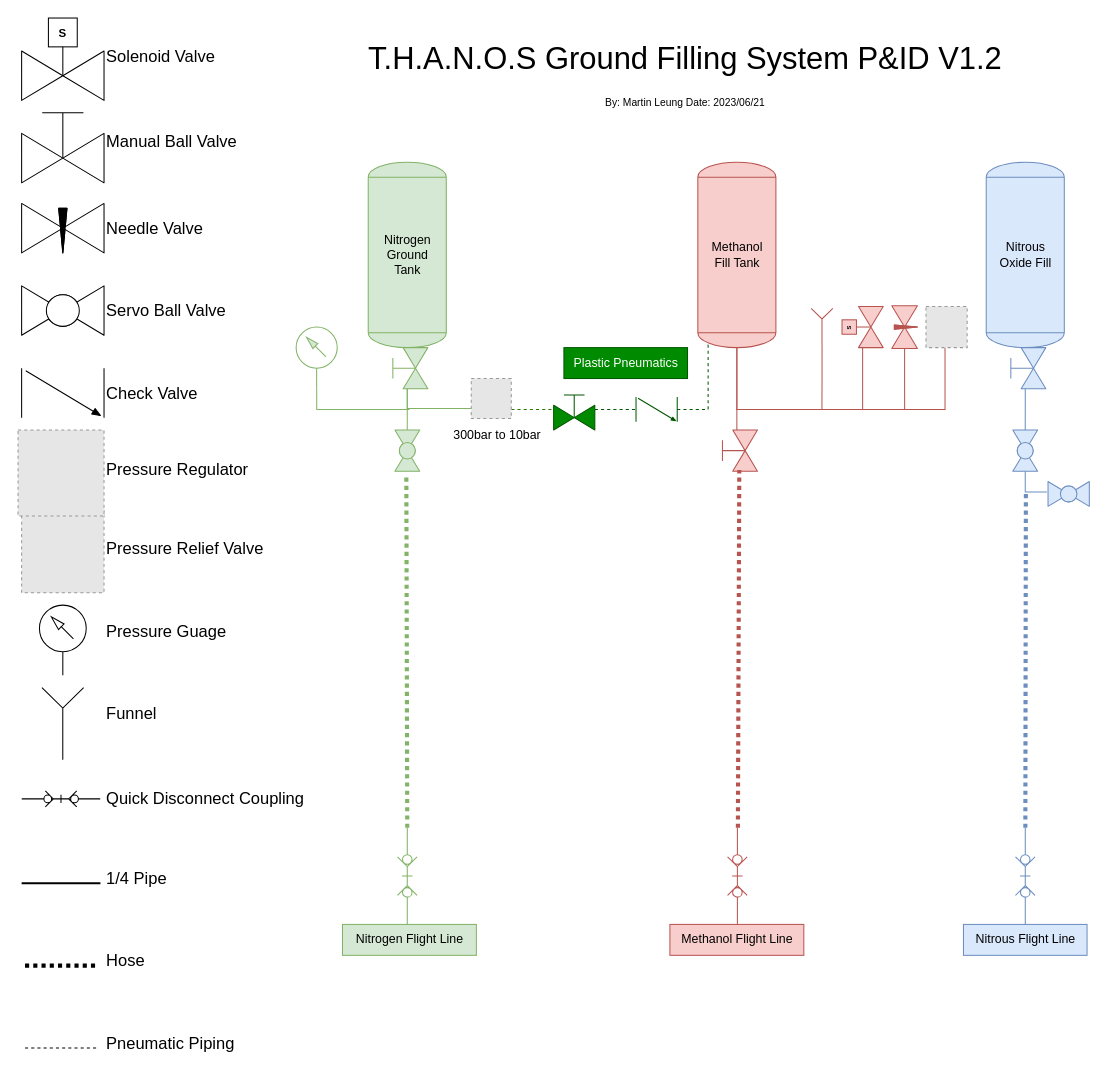
This is GroundSystems.drawio from icl-rocketry/Propulsion-PIDs, a draw.io file, before an edit. Source tidied: cells renumbered, new cells numbered last; positions are measured from the earlier drawing's top-left corner, leaving out a move shared by most shapes. Both pictures are drawn from the tidied source at 103%, with x=0, y=0 at pixel (18, 18). Pictures stored in the file or linked from it are replaced by grey dashed boxes.
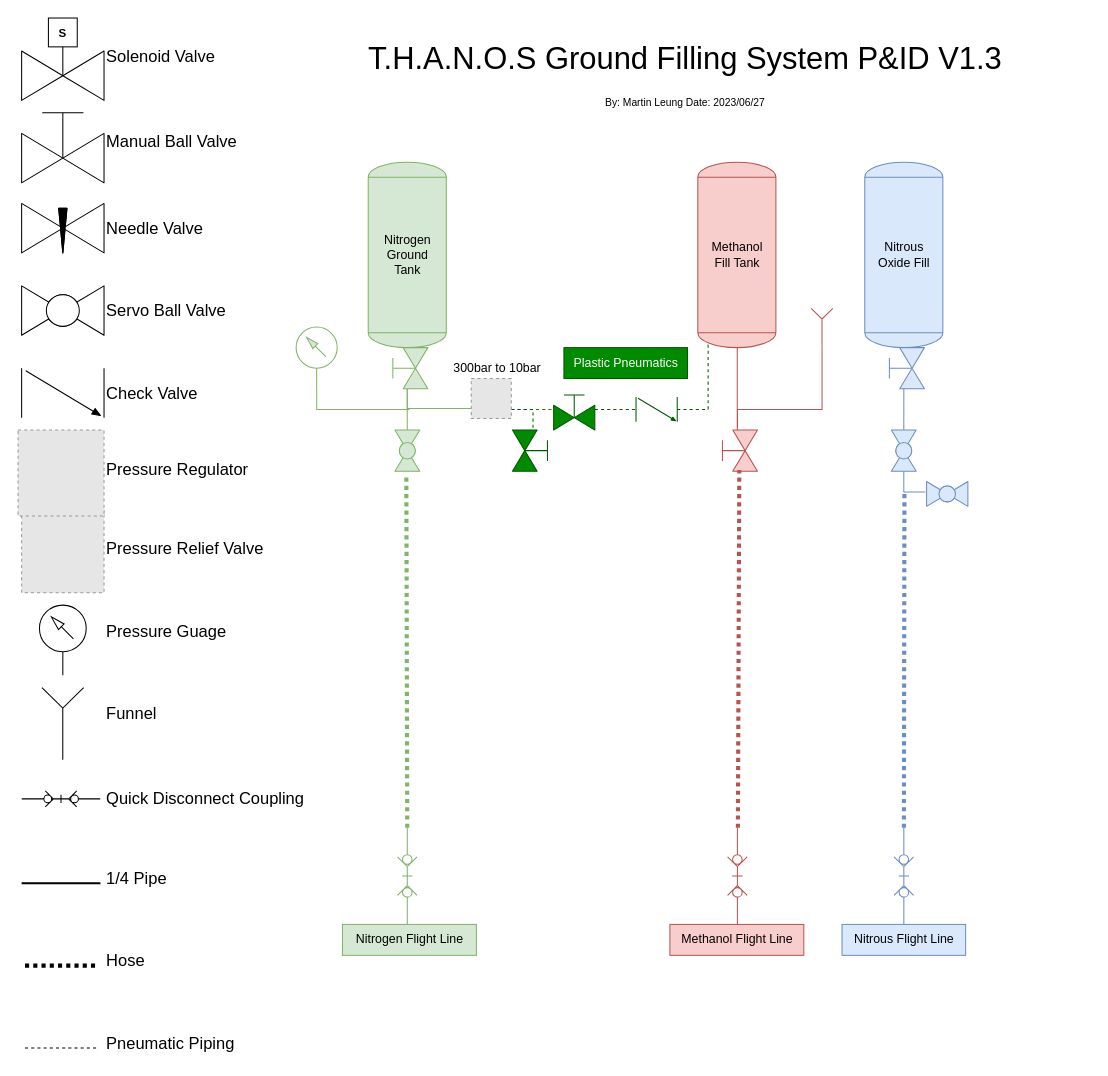
The same page after the edit.

Unchanged cells that the change refers to:
```xml
<mxCell id="3" value="Methanol&lt;br&gt;Fill Tank" style="shape=mxgraph.pid.vessels.tank;html=1;align=center;verticalLabelPosition=middle;verticalAlign=middle;dashed=0;labelPosition=center;fillColor=#f8cecc;strokeColor=#b85450;" parent="1" vertex="1">
  <mxGeometry x="660" y="140" width="75.8" height="180" as="geometry" />
</mxCell>
<mxCell id="19" style="verticalLabelPosition=bottom;align=center;html=1;verticalAlign=top;dashed=0;shape=mxgraph.pid2valves.valve;valveType=gate;actuator=man;rotation=-90;fillColor=#f8cecc;strokeColor=#b85450;" parent="1" vertex="1">
  <mxGeometry x="677.9" y="400" width="40" height="40" as="geometry" />
</mxCell>
<mxCell id="24" style="fillColor=#E6E6E6;strokeColor=#999999;dashed=1;verticalLabelPosition=bottom;labelBackgroundColor=default;verticalAlign=top;" parent="1" vertex="1">
  <mxGeometry x="440" y="350" width="38.9" height="38.9" as="geometry" />
</mxCell>
<mxCell id="33" style="verticalLabelPosition=bottom;align=center;dashed=0;html=1;verticalAlign=top;shape=mxgraph.pid.fittings.funnel;fillColor=#f8cecc;strokeColor=#b85450;" parent="1" vertex="1">
  <mxGeometry x="770" y="281.8" width="21.1" height="36.4" as="geometry" />
</mxCell>
```

What changed in the source:
```diff
@@
-    <mxCell id="2" style="edgeStyle=orthogonalEdgeStyle;rounded=0;jettySize=auto;html=1;entryX=0;entryY=0.5;entryDx=0;entryDy=0;entryPerimeter=0;endArrow=none;endFill=0;fillColor=#f8cecc;strokeColor=#b85450;" parent="1" edge="1" source="3" target="25">
-      <mxGeometry relative="1" as="geometry">
-        <Array as="points">
-          <mxPoint x="698" y="380" />
-          <mxPoint x="820" y="380" />
-        </Array>
-      </mxGeometry>
-    </mxCell>
@@
     <mxCell id="4" value="Nitrous&lt;br&gt;Oxide Fill" style="shape=mxgraph.pid.vessels.tank;html=1;align=center;verticalLabelPosition=middle;verticalAlign=middle;dashed=0;labelPosition=center;fillColor=#dae8fc;strokeColor=#6c8ebf;" parent="1" vertex="1">
-      <mxGeometry x="940" y="140" width="75.8" height="180" as="geometry" />
+      <mxGeometry x="822.1" y="140" width="75.8" height="180" as="geometry" />
     </mxCell>
@@
-    <mxCell id="10" value="T.H.A.N.O.S Ground Filling System P&amp;amp;ID V1.2&lt;br style=&quot;font-size: 12px;&quot;&gt;&lt;font size=&quot;1&quot;&gt;By: Martin Leung Date: 2023/06/21&lt;br&gt;&lt;/font&gt;" style="text;html=1;strokeColor=none;fillColor=none;align=center;verticalAlign=middle;whiteSpace=wrap;rounded=0;fontSize=30;" parent="1" vertex="1">
+    <mxCell id="10" value="T.H.A.N.O.S Ground Filling System P&amp;amp;ID V1.3&lt;br style=&quot;font-size: 12px;&quot;&gt;&lt;font size=&quot;1&quot;&gt;By: Martin Leung Date: 2023/06/27&lt;br&gt;&lt;/font&gt;" style="text;html=1;strokeColor=none;fillColor=none;align=center;verticalAlign=middle;whiteSpace=wrap;rounded=0;fontSize=30;" parent="1" vertex="1">
       <mxGeometry x="328.4" y="11.9" width="640" height="90" as="geometry" />
     </mxCell>
@@
-    <mxCell id="18" style="edgeStyle=orthogonalEdgeStyle;rounded=0;jettySize=auto;html=1;endArrow=none;endFill=0;fillColor=#f8cecc;strokeColor=#b85450;" parent="1" edge="1" source="19" target="3">
-      <mxGeometry relative="1" as="geometry" />
+    <mxCell id="18" style="edgeStyle=orthogonalEdgeStyle;rounded=0;orthogonalLoop=1;jettySize=auto;html=1;endArrow=none;endFill=0;fillColor=#f8cecc;strokeColor=#b85450;" parent="1" edge="1">
+      <mxGeometry relative="1" as="geometry">
+        <mxPoint x="698.3" y="400" as="sourcePoint" />
+        <mxPoint x="698.3" y="320" as="targetPoint" />
+      </mxGeometry>
     </mxCell>
@@
     <mxCell id="22" style="verticalLabelPosition=bottom;align=center;html=1;verticalAlign=top;dashed=0;shape=mxgraph.pid2valves.valve;valveType=gate;actuator=man;rotation=-90;fillColor=#dae8fc;strokeColor=#6c8ebf;" parent="1" vertex="1">
-      <mxGeometry x="957.9" y="320" width="40" height="40" as="geometry" />
+      <mxGeometry x="840" y="320" width="40" height="40" as="geometry" />
     </mxCell>
@@
+    <mxCell id="70" style="edgeStyle=orthogonalEdgeStyle;rounded=0;jettySize=auto;html=1;endArrow=none;endFill=0;fillColor=#008a00;strokeColor=#005700;dashed=1;" parent="1" edge="1" source="24">
+      <mxGeometry relative="1" as="geometry">
+        <mxPoint x="500" y="400" as="targetPoint" />
+        <Array as="points">
+          <mxPoint x="500" y="380" />
+        </Array>
+      </mxGeometry>
+    </mxCell>
@@
-    <mxCell id="25" style="verticalLabelPosition=bottom;align=center;html=1;verticalAlign=top;dashed=0;shape=mxgraph.pid2valves.valve;valveType=gate;actuator=solenoid;rotation=-90;fillColor=#f8cecc;strokeColor=#b85450;" parent="1" vertex="1">
-      <mxGeometry x="800" y="280" width="40" height="40" as="geometry" />
-    </mxCell>
-    <mxCell id="26" style="edgeStyle=orthogonalEdgeStyle;rounded=0;jettySize=auto;html=1;endArrow=none;endFill=0;fillColor=#f8cecc;strokeColor=#b85450;" parent="1" edge="1" source="27">
-      <mxGeometry relative="1" as="geometry">
-        <mxPoint x="820" y="380" as="targetPoint" />
-        <Array as="points">
-          <mxPoint x="861" y="380" />
-        </Array>
-      </mxGeometry>
-    </mxCell>
-    <mxCell id="27" style="verticalLabelPosition=bottom;align=center;html=1;verticalAlign=top;dashed=0;shape=mxgraph.pid2valves.valve;valveType=needle;rotation=-90;fillColor=#f8cecc;strokeColor=#b85450;" parent="1" vertex="1">
-      <mxGeometry x="840" y="287.6" width="41.5" height="24.9" as="geometry" />
-    </mxCell>
-    <mxCell id="28" style="edgeStyle=orthogonalEdgeStyle;rounded=0;orthogonalLoop=1;jettySize=auto;html=1;endArrow=none;endFill=0;fillColor=#f8cecc;strokeColor=#b85450;" parent="1" edge="1">
-      <mxGeometry relative="1" as="geometry">
-        <mxPoint x="900" y="320" as="sourcePoint" />
-        <mxPoint x="860" y="380" as="targetPoint" />
-        <Array as="points">
-          <mxPoint x="900" y="380" />
-        </Array>
-      </mxGeometry>
-    </mxCell>
-    <mxCell id="29" style="fillColor=#E6E6E6;strokeColor=#999999;dashed=1;verticalLabelPosition=bottom;labelBackgroundColor=default;verticalAlign=top;" parent="1" vertex="1">
-      <mxGeometry x="881.5" y="280" width="40" height="40" as="geometry" />
-    </mxCell>
@@
-    <mxCell id="32" style="edgeStyle=orthogonalEdgeStyle;rounded=0;jettySize=auto;html=1;endArrow=none;endFill=0;fillColor=#f8cecc;strokeColor=#b85450;" parent="1" edge="1" source="33">
-      <mxGeometry relative="1" as="geometry">
-        <mxPoint x="780.5" y="380" as="targetPoint" />
-      </mxGeometry>
-    </mxCell>
+    <mxCell id="71" style="edgeStyle=orthogonalEdgeStyle;rounded=0;jettySize=auto;html=1;entryX=1.063;entryY=0.516;entryDx=0;entryDy=0;entryPerimeter=0;fillColor=#f8cecc;strokeColor=#b85450;endArrow=none;endFill=0;" parent="1" edge="1" source="33" target="19">
+      <mxGeometry relative="1" as="geometry">
+        <Array as="points">
+          <mxPoint x="781" y="380" />
+          <mxPoint x="699" y="380" />
+        </Array>
+      </mxGeometry>
+    </mxCell>
@@
     <mxCell id="35" style="edgeStyle=orthogonalEdgeStyle;rounded=0;jettySize=auto;html=1;entryX=1.028;entryY=0.582;entryDx=0;entryDy=0;entryPerimeter=0;endArrow=none;endFill=0;fillColor=#dae8fc;strokeColor=#6c8ebf;" parent="1" edge="1" source="36" target="57">
       <mxGeometry relative="1" as="geometry">
         <Array as="points">
-          <mxPoint x="978" y="460" />
+          <mxPoint x="860.1" y="460" />
         </Array>
       </mxGeometry>
     </mxCell>
     <mxCell id="36" style="verticalLabelPosition=bottom;align=center;html=1;verticalAlign=top;dashed=0;shape=mxgraph.pid2valves.valve;valveType=ball;rotation=-90;fillColor=#dae8fc;strokeColor=#6c8ebf;" parent="1" vertex="1">
-      <mxGeometry x="957.8" y="408" width="40.1" height="24.1" as="geometry" />
+      <mxGeometry x="839.9" y="408" width="40.1" height="24.1" as="geometry" />
     </mxCell>
@@
     <mxCell id="39" style="verticalLabelPosition=bottom;html=1;verticalAlign=top;fillColor=#dae8fc;align=center;outlineConnect=0;shape=mxgraph.fluid_power.x11740;points=[[0.5,0,0],[0.5,1,0]];strokeColor=#6c8ebf;" parent="1" vertex="1">
-      <mxGeometry x="968.4" y="786.2" width="19" height="93.8" as="geometry" />
+      <mxGeometry x="850.5" y="786.2" width="19" height="93.8" as="geometry" />
     </mxCell>
@@
     <mxCell id="57" style="verticalLabelPosition=bottom;align=center;html=1;verticalAlign=top;dashed=0;shape=mxgraph.pid2valves.valve;valveType=ball;rotation=-180;fillColor=#dae8fc;strokeColor=#6c8ebf;" parent="1" vertex="1">
-      <mxGeometry x="1000" y="450" width="40.1" height="24.1" as="geometry" />
+      <mxGeometry x="882.1" y="450" width="40.1" height="24.1" as="geometry" />
     </mxCell>
     <mxCell id="58" value="300bar to 10bar" style="text;html=1;align=center;verticalAlign=middle;strokeColor=none;fillColor=none;" parent="1" vertex="1">
-      <mxGeometry x="410" y="390" width="110" height="30" as="geometry" />
+      <mxGeometry x="410" y="325" width="110" height="30" as="geometry" />
     </mxCell>
@@
     <mxCell id="62" value="Nitrous Flight Line" style="text;html=1;align=center;verticalAlign=middle;strokeColor=#6c8ebf;fillColor=#dae8fc;" parent="1" vertex="1">
-      <mxGeometry x="917.9" y="880" width="120" height="30" as="geometry" />
+      <mxGeometry x="800" y="880" width="120" height="30" as="geometry" />
     </mxCell>
@@
     <mxCell id="65" style="endArrow=none;dashed=1;html=1;rounded=0;strokeWidth=4;dashPattern=1 1;fillColor=#dae8fc;strokeColor=#6c8ebf;" parent="1" edge="1" source="39">
       <mxGeometry relative="1" as="geometry">
-        <mxPoint x="978.5" y="460" as="targetPoint" />
+        <mxPoint x="860.6" y="460" as="targetPoint" />
       </mxGeometry>
     </mxCell>
@@
+    <mxCell id="72" style="verticalLabelPosition=bottom;align=center;html=1;verticalAlign=top;dashed=0;shape=mxgraph.pid2valves.valve;valveType=gate;actuator=man;rotation=90;fillColor=#008a00;strokeColor=#005700;fontColor=#ffffff;" parent="1" vertex="1">
+      <mxGeometry x="480" y="400" width="40" height="40" as="geometry" />
+    </mxCell>
```
